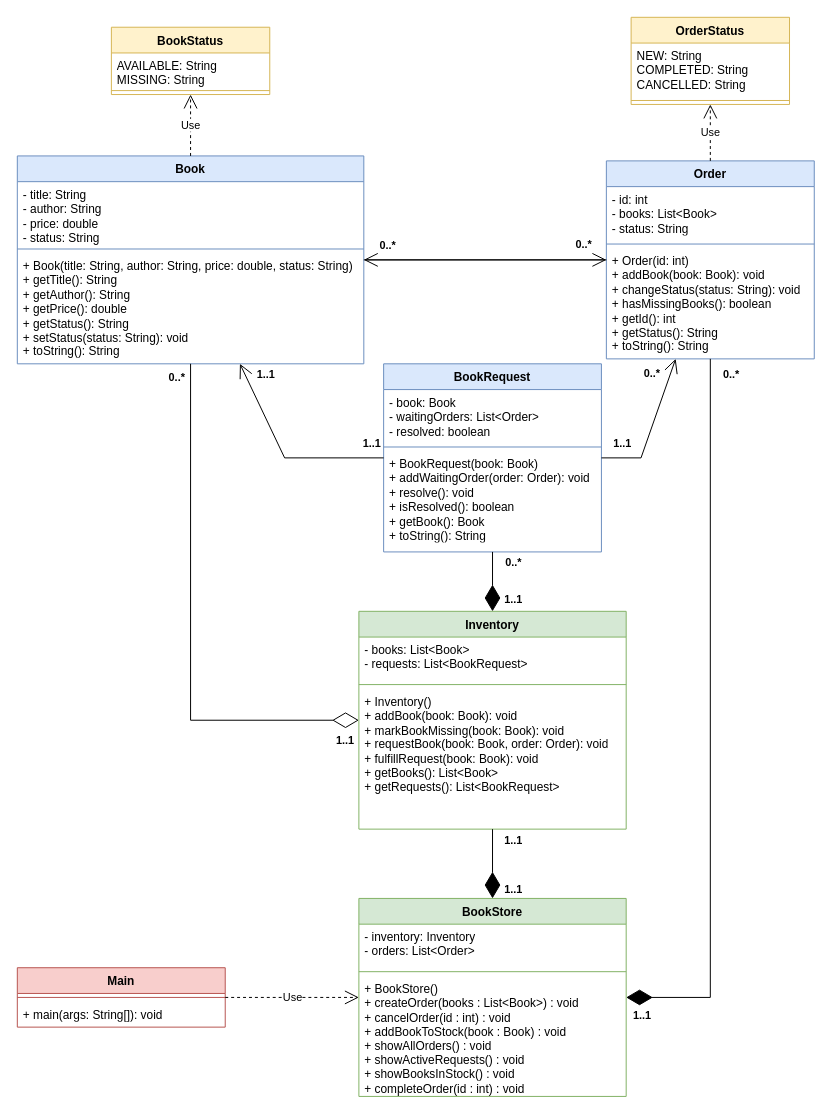
The draw.io diagram Task-3/task3_4/Bookstore.drawio in DrMemeX/SenlaTasks, before the edit. Source tidied: cells renumbered, new cells numbered last; positions are measured from the earlier drawing's top-left corner, leaving out a move shared by most shapes. Both pictures are drawn from the tidied source at 99%, with x=0, y=0 at pixel (17, 17).
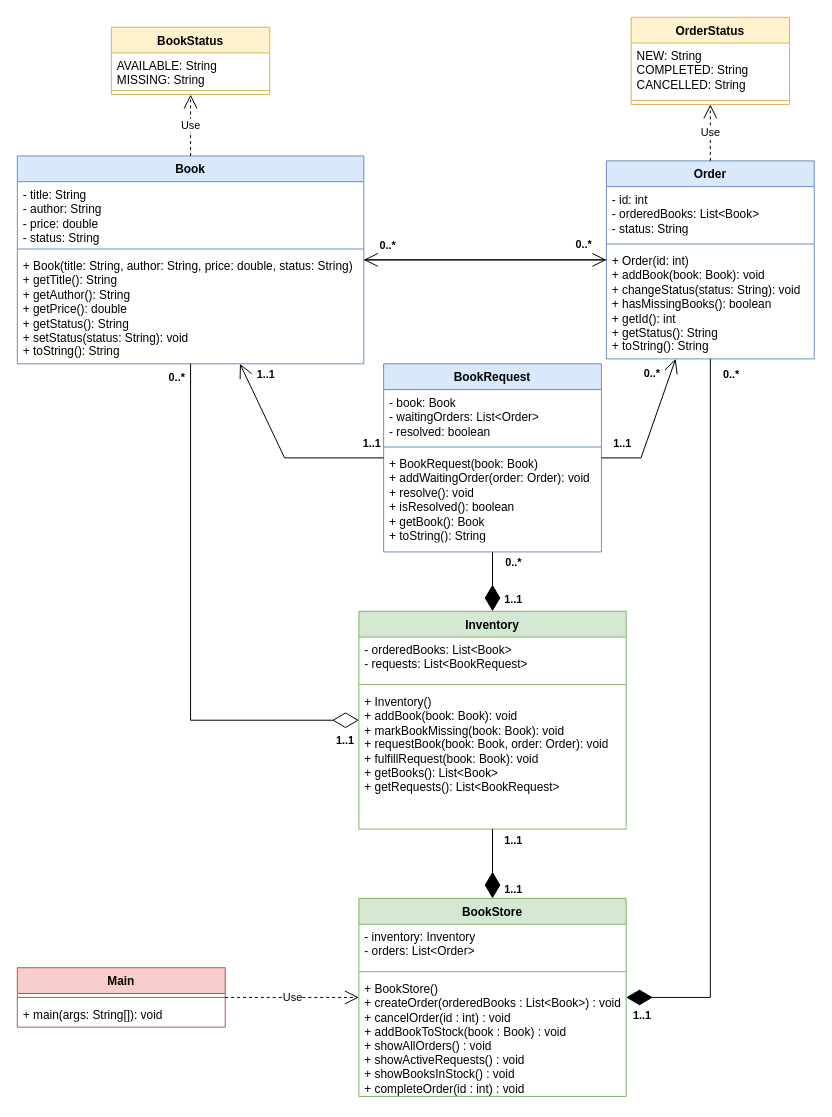
The same page after the edit.

Unchanged cells that the change refers to:
```xml
<mxCell id="13" value="Order" style="swimlane;fontStyle=1;align=center;verticalAlign=top;horizontal=1;startSize=26;whiteSpace=wrap;html=1;fillColor=#dae8fc;strokeColor=#6c8ebf;" parent="1" vertex="1">
  <mxGeometry x="595" y="145" width="210" height="200" as="geometry" />
</mxCell>
<mxCell id="20" value="Inventory" style="swimlane;fontStyle=1;align=center;verticalAlign=top;horizontal=1;startSize=26;whiteSpace=wrap;html=1;fillColor=#d5e8d4;strokeColor=#82b366;" parent="1" vertex="1">
  <mxGeometry x="345" y="600" width="270" height="220" as="geometry" />
</mxCell>
<mxCell id="24" value="BookStore" style="swimlane;fontStyle=1;align=center;verticalAlign=top;horizontal=1;startSize=26;whiteSpace=wrap;html=1;fillColor=#d5e8d4;strokeColor=#82b366;" parent="1" vertex="1">
  <mxGeometry x="345" y="890" width="270" height="200" as="geometry" />
</mxCell>
```

Change to the diagram source:
```diff
@@
-    <mxCell id="14" value="- id: int&lt;br&gt;- books: List&amp;lt;Book&amp;gt;&lt;br&gt;- status: String" style="text;strokeColor=none;fillColor=none;align=left;verticalAlign=top;spacingLeft=4;spacingRight=4;overflow=hidden;whiteSpace=wrap;html=1;" parent="13" vertex="1">
+    <mxCell id="14" value="- id: int&lt;br&gt;- orderedBooks: List&amp;lt;Book&amp;gt;&lt;br&gt;- status: String" style="text;strokeColor=none;fillColor=none;align=left;verticalAlign=top;spacingLeft=4;spacingRight=4;overflow=hidden;whiteSpace=wrap;html=1;" parent="13" vertex="1">
       <mxGeometry y="26" width="210" height="54" as="geometry" />
     </mxCell>
@@
-    <mxCell id="21" value="- books: List&amp;lt;Book&amp;gt;&lt;br&gt;- requests: List&amp;lt;BookRequest&amp;gt;" style="text;strokeColor=none;fillColor=none;align=left;verticalAlign=top;spacingLeft=4;spacingRight=4;overflow=hidden;whiteSpace=wrap;html=1;" parent="20" vertex="1">
+    <mxCell id="21" value="- orderedBooks: List&amp;lt;Book&amp;gt;&lt;br&gt;- requests: List&amp;lt;BookRequest&amp;gt;" style="text;strokeColor=none;fillColor=none;align=left;verticalAlign=top;spacingLeft=4;spacingRight=4;overflow=hidden;whiteSpace=wrap;html=1;" parent="20" vertex="1">
       <mxGeometry y="26" width="270" height="44" as="geometry" />
     </mxCell>
@@
-    <mxCell id="27" value="+ BookStore()&amp;nbsp; &amp;nbsp; &amp;nbsp; &amp;nbsp; &amp;nbsp; &amp;nbsp; &amp;nbsp; &amp;nbsp; &amp;nbsp; &amp;nbsp; &amp;nbsp; &amp;nbsp; &amp;nbsp; &amp;nbsp; &amp;nbsp;&amp;nbsp;&lt;br&gt;+ createOrder(books : List&amp;lt;Book&amp;gt;) : void&lt;br&gt;+ cancelOrder(id : int) : void&lt;br&gt;+ addBookToStock(book : Book) : void&lt;br&gt;+ showAllOrders() : void&lt;br&gt;+ showActiveRequests() : void&lt;br&gt;+ showBooksInStock() : void&lt;br&gt;+ completeOrder(id : int) : void" style="text;strokeColor=none;fillColor=none;align=left;verticalAlign=top;spacingLeft=4;spacingRight=4;overflow=hidden;whiteSpace=wrap;html=1;" parent="24" vertex="1">
+    <mxCell id="27" value="+ BookStore()&amp;nbsp; &amp;nbsp; &amp;nbsp; &amp;nbsp; &amp;nbsp; &amp;nbsp; &amp;nbsp; &amp;nbsp; &amp;nbsp; &amp;nbsp; &amp;nbsp; &amp;nbsp; &amp;nbsp; &amp;nbsp; &amp;nbsp;&amp;nbsp;&lt;br&gt;+ createOrder(orderedBooks : List&amp;lt;Book&amp;gt;) : void&lt;br&gt;+ cancelOrder(id : int) : void&lt;br&gt;+ addBookToStock(book : Book) : void&lt;br&gt;+ showAllOrders() : void&lt;br&gt;+ showActiveRequests() : void&lt;br&gt;+ showBooksInStock() : void&lt;br&gt;+ completeOrder(id : int) : void" style="text;strokeColor=none;fillColor=none;align=left;verticalAlign=top;spacingLeft=4;spacingRight=4;overflow=hidden;whiteSpace=wrap;html=1;" parent="24" vertex="1">
       <mxGeometry y="78" width="270" height="122" as="geometry" />
     </mxCell>
```
